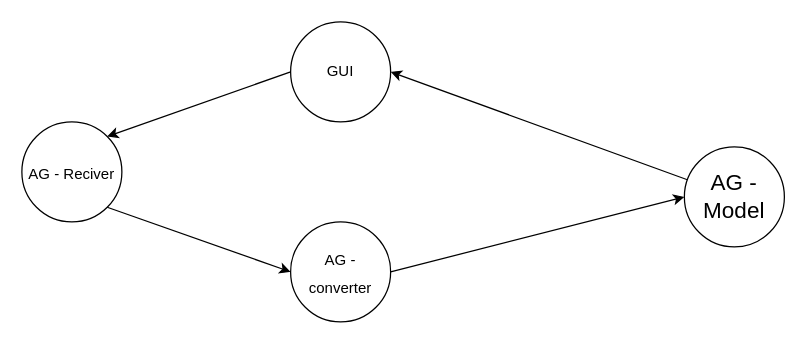
The draw.io diagram diagrama.drawio in PavoX20/IA-Project-Predict-Airplane-tickets, before the edit. Source tidied: cells renumbered, new cells numbered last; positions are measured from the earlier drawing's top-left corner, leaving out a move shared by most shapes. Both pictures are drawn from the tidied source at 125%, with x=0, y=0 at pixel (21, 21).
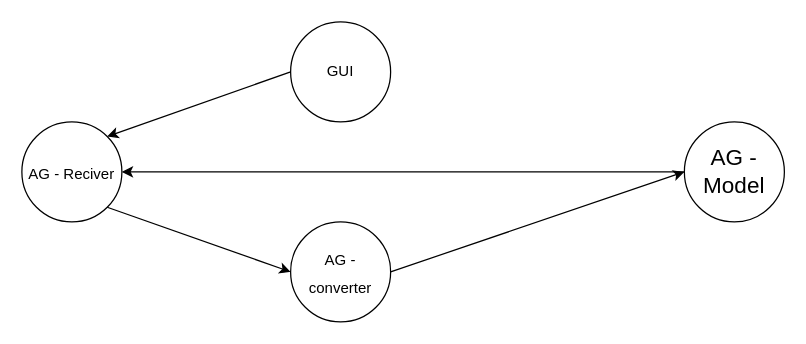
The same page after the edit.

Commit message (it also covers changes not shown here):
feat: add line to predict the vuelo vector

Change to the diagram source:
```diff
@@
 <mxGraphModel>
   <root>
     <mxCell id="0" />
     <mxCell id="1" parent="0" />
     <mxCell id="2" value="GUI" style="ellipse;whiteSpace=wrap;html=1;" parent="1" vertex="1">
       <mxGeometry x="215" width="80" height="80" as="geometry" />
     </mxCell>
     <mxCell id="3" value="&lt;font style=&quot;&quot;&gt;&lt;font style=&quot;font-size: 12px;&quot;&gt;AG - Reciver&lt;/font&gt;&lt;br&gt;&lt;/font&gt;" style="ellipse;whiteSpace=wrap;html=1;fontSize=18;" parent="1" vertex="1">
       <mxGeometry y="80" width="80" height="80" as="geometry" />
     </mxCell>
     <mxCell id="4" value="&lt;font style=&quot;font-size: 12px;&quot;&gt;AG - converter&lt;/font&gt;" style="ellipse;whiteSpace=wrap;html=1;fontSize=18;" parent="1" vertex="1">
       <mxGeometry x="215" y="160" width="80" height="80" as="geometry" />
     </mxCell>
     <mxCell id="5" value="AG - Model" style="ellipse;whiteSpace=wrap;html=1;fontSize=18;" parent="1" vertex="1">
-      <mxGeometry x="530" y="100" width="80" height="80" as="geometry" />
+      <mxGeometry x="530" y="80" width="80" height="80" as="geometry" />
     </mxCell>
     <mxCell id="6" style="endArrow=classic;html=1;rounded=0;fontSize=12;exitX=1;exitY=1;exitDx=0;exitDy=0;entryX=0;entryY=0.5;entryDx=0;entryDy=0;" parent="1" edge="1" source="3" target="4">
       <mxGeometry relative="1" as="geometry" />
     </mxCell>
     <mxCell id="7" style="endArrow=classic;html=1;rounded=0;fontSize=12;exitX=1;exitY=0.5;exitDx=0;exitDy=0;entryX=0;entryY=0.5;entryDx=0;entryDy=0;" parent="1" edge="1" source="4" target="5">
       <mxGeometry relative="1" as="geometry" />
     </mxCell>
     <mxCell id="8" style="endArrow=classic;html=1;rounded=0;fontSize=12;exitX=0;exitY=0.5;exitDx=0;exitDy=0;entryX=1;entryY=0;entryDx=0;entryDy=0;" parent="1" edge="1" source="2" target="3">
       <mxGeometry relative="1" as="geometry" />
     </mxCell>
-    <mxCell id="9" style="endArrow=classic;html=1;rounded=0;fontSize=12;entryX=1;entryY=0.5;entryDx=0;entryDy=0;" parent="1" edge="1" source="5" target="2">
+    <mxCell id="9" style="endArrow=classic;html=1;rounded=0;fontSize=12;entryX=1;entryY=0.5;entryDx=0;entryDy=0;" parent="1" edge="1" source="5" target="3">
       <mxGeometry relative="1" as="geometry" />
     </mxCell>
   </root>
 </mxGraphModel>
```
